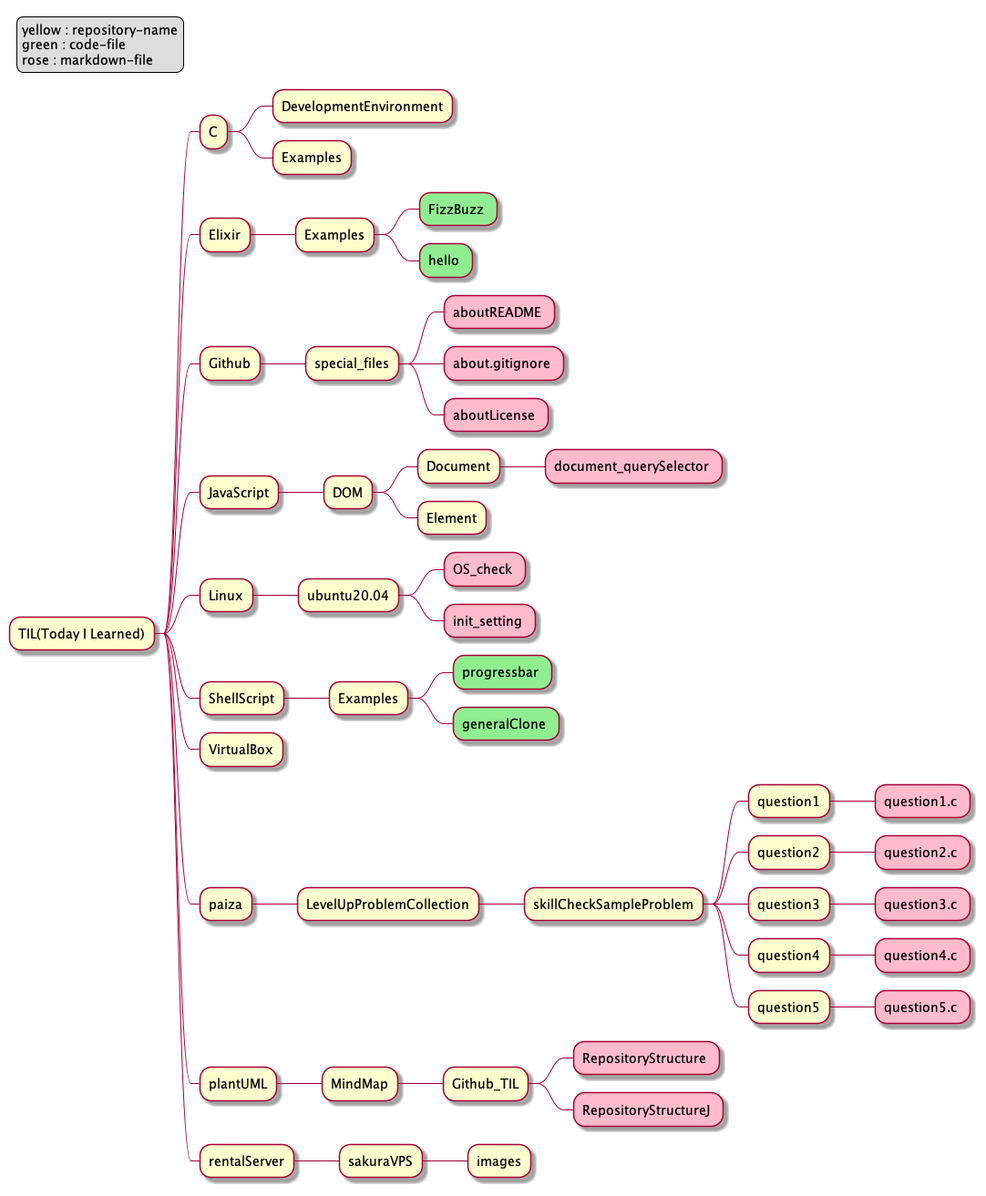
Earlier version of the PlantUML export RepositoryStructure.png (sudo-roa/TIL).
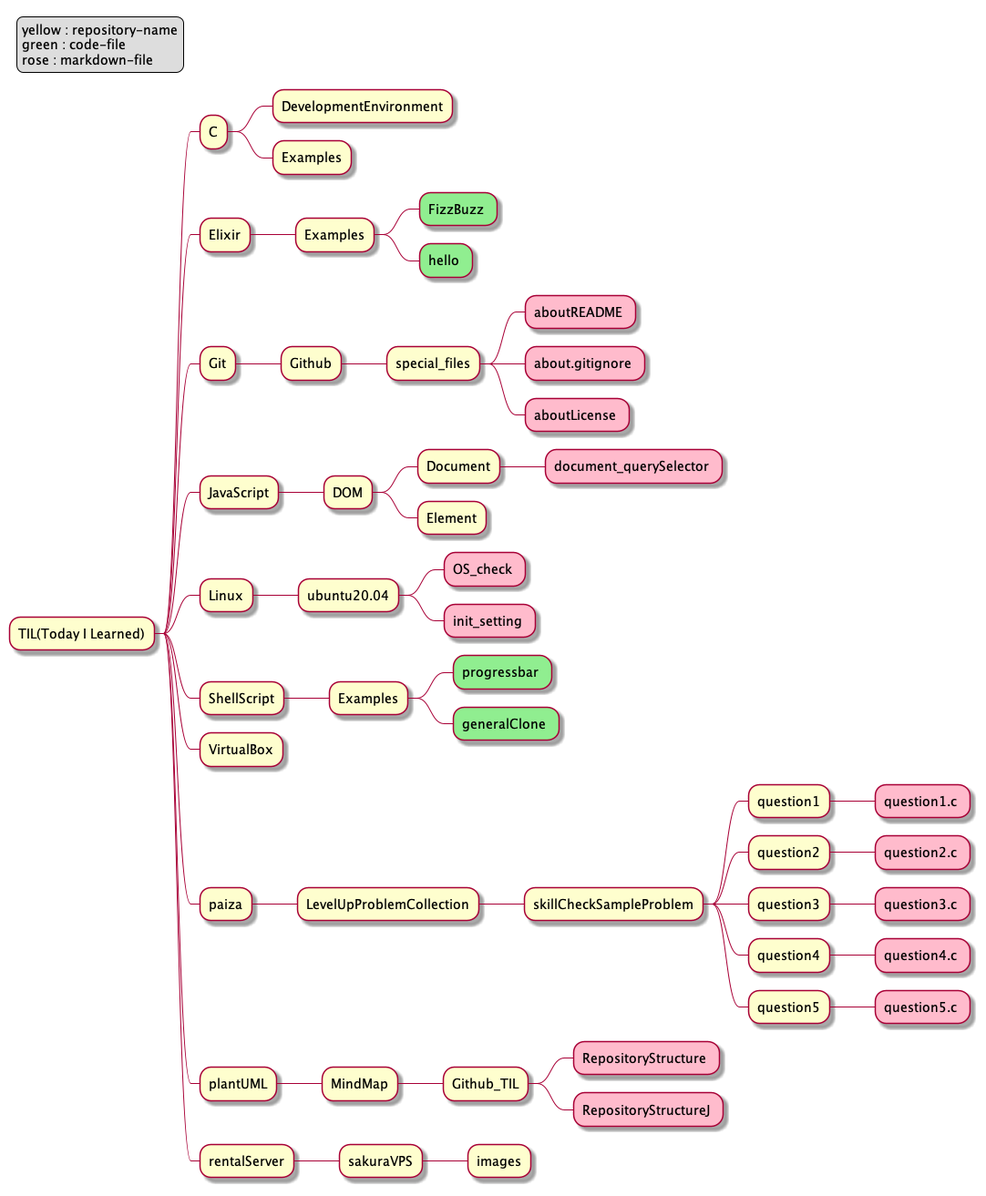
After the change.

Commit message:
mv Github to Git

Diff of the diagram source:
```diff
@@ -21,11 +21,12 @@
 **** FizzBuzz <<green>>
 **** hello <<green>>
 
-** Github
-*** special_files
-**** aboutREADME <<rose>>
-**** about.gitignore <<rose>>
-**** aboutLicense <<rose>>
+** Git
+*** Github
+**** special_files
+***** aboutREADME <<rose>>
+***** about.gitignore <<rose>>
+***** aboutLicense <<rose>>
 
 ** JavaScript
 *** DOM
```
